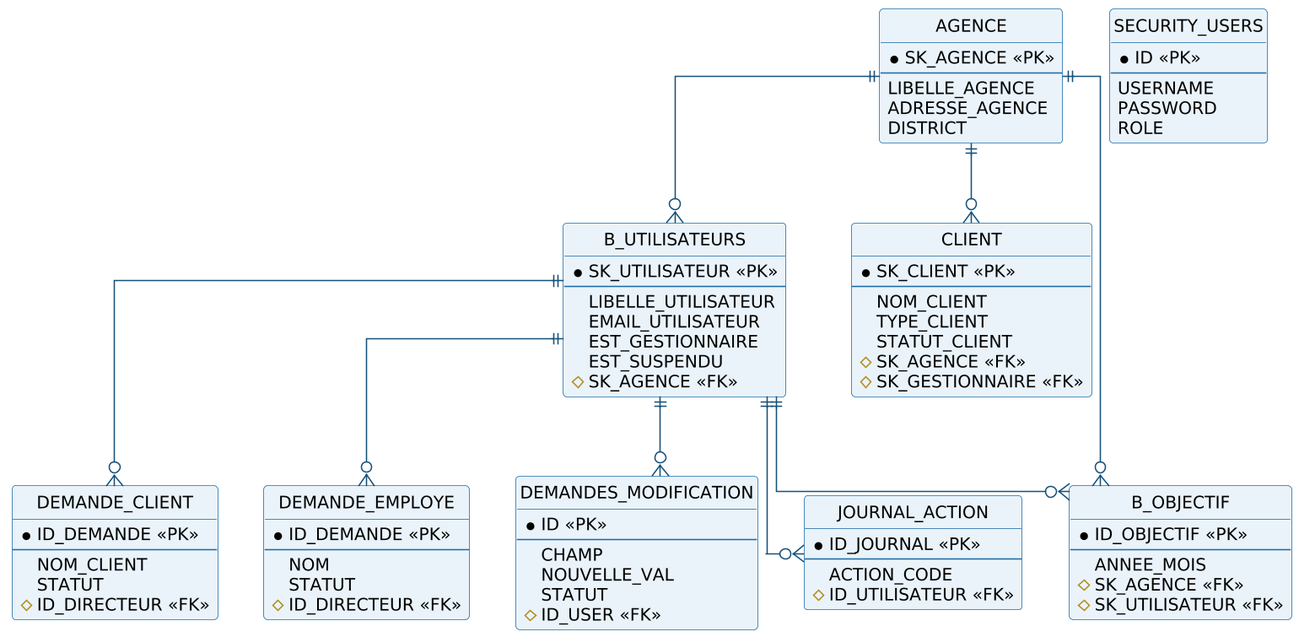
Before: rapport-latex/diagrams/er.png, a diagram exported from PlantUML (ZizouX0/oussema_korbosli). The source it was exported from:
```plantuml
@startuml

skinparam dpi 150
skinparam shadowing false
skinparam DefaultFontName Arial
skinparam DefaultFontSize 13
skinparam ArrowColor #14507A
skinparam roundCorner 6

skinparam linetype ortho
skinparam class {
  BackgroundColor #EAF3FA
  BorderColor #1B6CA8
}
hide circle
hide methods
entity "AGENCE" as AGENCE {
  *SK_AGENCE <<PK>>
  --
  LIBELLE_AGENCE
  ADRESSE_AGENCE
  DISTRICT
}
entity "B_UTILISATEURS" as USR {
  *SK_UTILISATEUR <<PK>>
  --
  LIBELLE_UTILISATEUR
  EMAIL_UTILISATEUR
  EST_GESTIONNAIRE
  EST_SUSPENDU
  #SK_AGENCE <<FK>>
}
entity "CLIENT" as CLI {
  *SK_CLIENT <<PK>>
  --
  NOM_CLIENT
  TYPE_CLIENT
  STATUT_CLIENT
  #SK_AGENCE <<FK>>
  #SK_GESTIONNAIRE <<FK>>
}
entity "B_OBJECTIF" as OBJ {
  *ID_OBJECTIF <<PK>>
  --
  ANNEE_MOIS
  #SK_AGENCE <<FK>>
  #SK_UTILISATEUR <<FK>>
}
entity "SECURITY_USERS" as SEC {
  *ID <<PK>>
  --
  USERNAME
  PASSWORD
  ROLE
}
entity "DEMANDE_CLIENT" as DC {
  *ID_DEMANDE <<PK>>
  --
  NOM_CLIENT
  STATUT
  #ID_DIRECTEUR <<FK>>
}
entity "DEMANDE_EMPLOYE" as DE {
  *ID_DEMANDE <<PK>>
  --
  NOM
  STATUT
  #ID_DIRECTEUR <<FK>>
}
entity "DEMANDES_MODIFICATION" as DM {
  *ID <<PK>>
  --
  CHAMP
  NOUVELLE_VAL
  STATUT
  #ID_USER <<FK>>
}
entity "JOURNAL_ACTION" as JA {
  *ID_JOURNAL <<PK>>
  --
  ACTION_CODE
  #ID_UTILISATEUR <<FK>>
}
AGENCE ||--o{ USR
AGENCE ||--o{ CLI
AGENCE ||--o{ OBJ
USR ||--o{ OBJ
USR ||--o{ DC
USR ||--o{ DE
USR ||--o{ DM
USR ||--o{ JA
@enduml
```
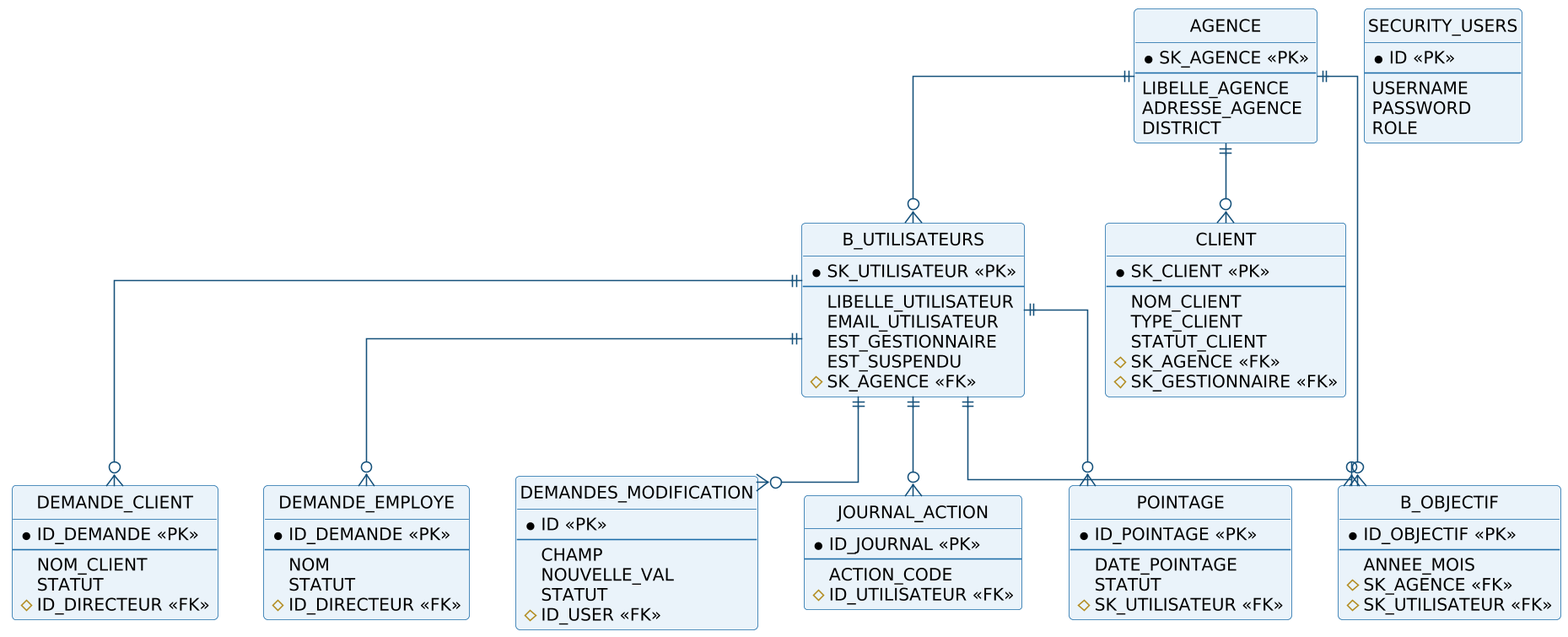
Above is the later version.

Change to the diagram source:
```diff
@@ -81,6 +81,13 @@
   ACTION_CODE
   #ID_UTILISATEUR <<FK>>
 }
+entity "POINTAGE" as PT {
+  *ID_POINTAGE <<PK>>
+  --
+  DATE_POINTAGE
+  STATUT
+  #SK_UTILISATEUR <<FK>>
+}
 AGENCE ||--o{ USR
 AGENCE ||--o{ CLI
 AGENCE ||--o{ OBJ
@@ -89,4 +96,5 @@
 USR ||--o{ DE
 USR ||--o{ DM
 USR ||--o{ JA
+USR ||--o{ PT
 @enduml
```
